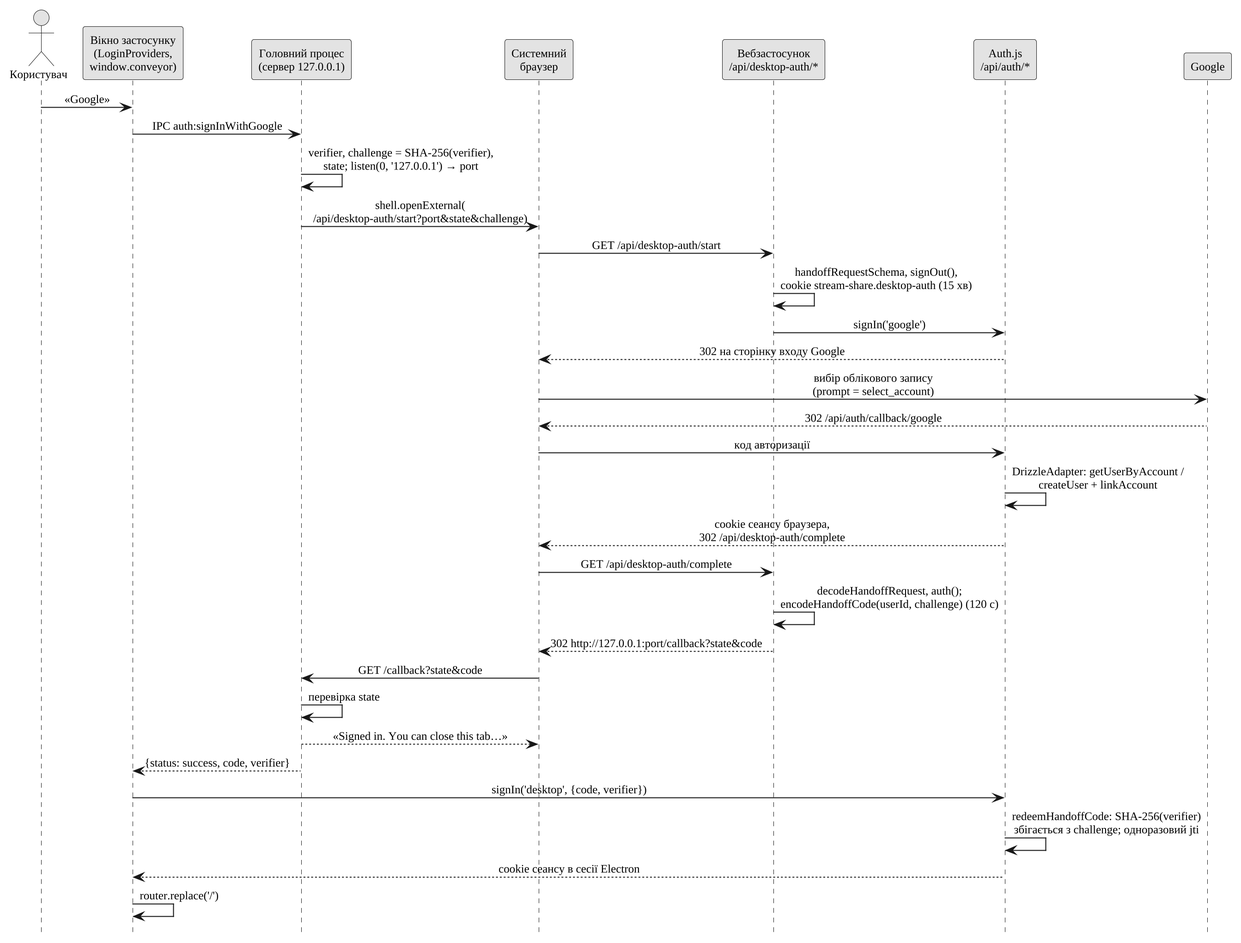
Before: thesis/diagrams/fig-seq-desktop-auth.png, a diagram exported from PlantUML (Nikitos1926/stream-share).
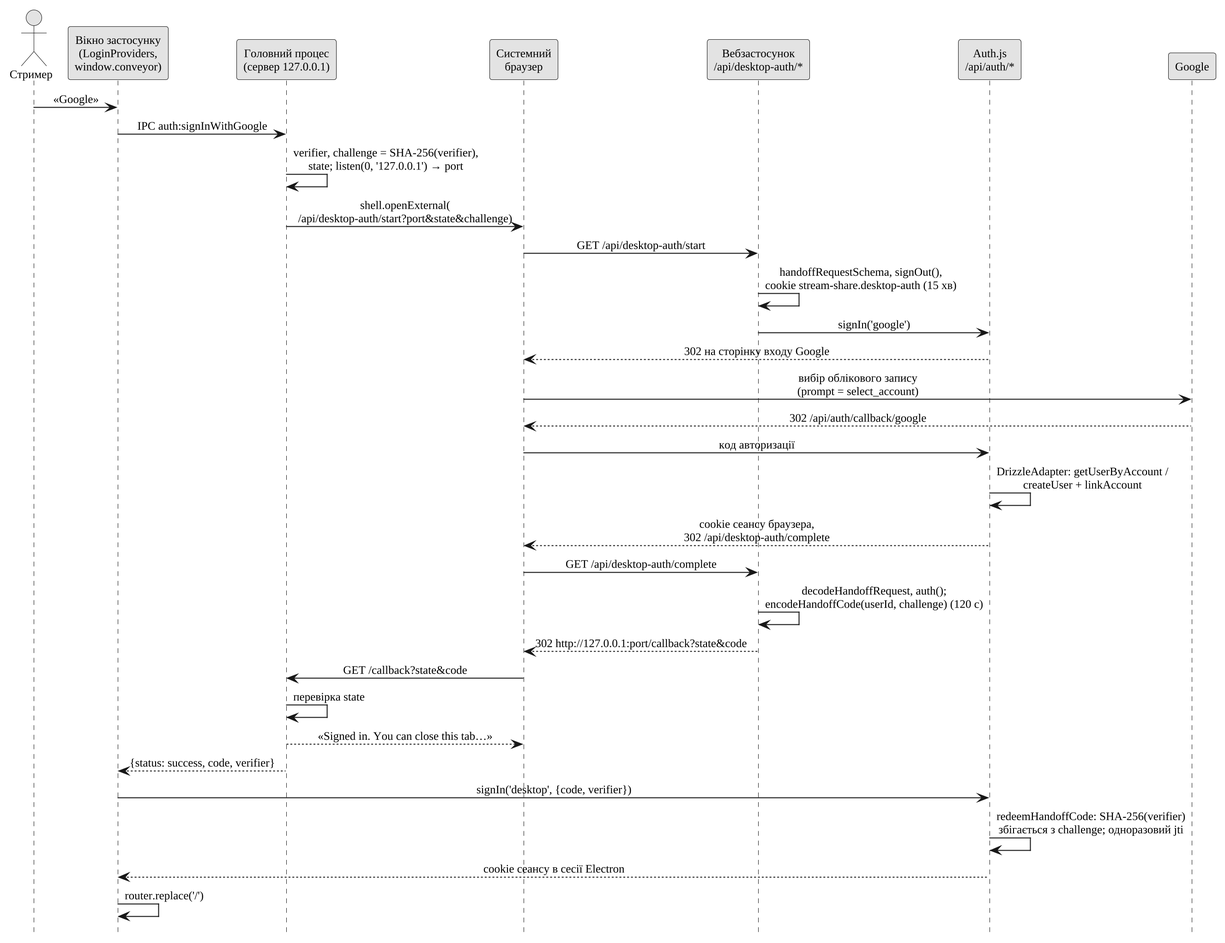
The same diagram one commit later.

Change to the diagram source:
```diff
@@ -8,7 +8,7 @@
 skinparam sequenceMessageAlign center
 hide footbox
 
-actor "Користувач" as U
+actor "Стример" as U
 participant "Вікно застосунку\n(LoginProviders,\nwindow.conveyor)" as R
 participant "Головний процес\n(сервер 127.0.0.1)" as M
 participant "Системний\nбраузер" as B
```
